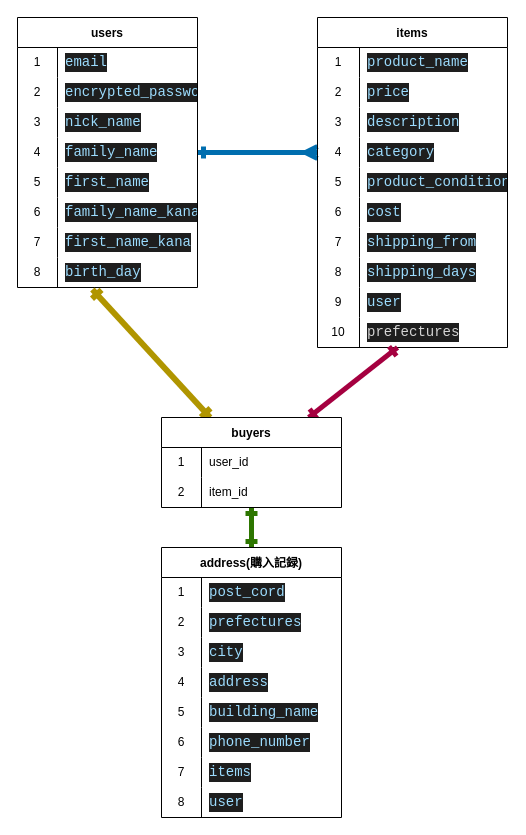
Before: frima.dio in k-zyw/furima-39194-a, a draw.io diagram. Source tidied: cells renumbered, new cells numbered last; positions are measured from the earlier drawing's top-left corner, leaving out a move shared by most shapes. Both pictures are drawn from the tidied source at 100%, with x=0, y=0 at pixel (17, 17).
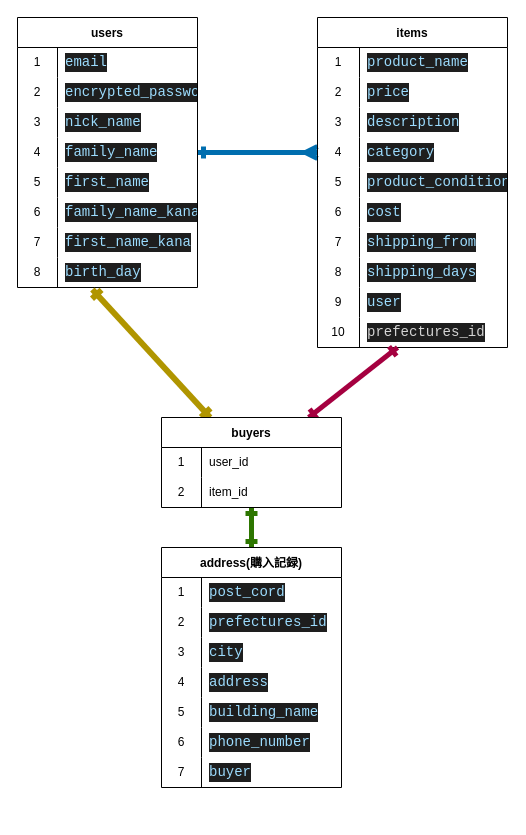
The same page after the edit.

The change refers to these unchanged cells:
```xml
<mxCell id="56" style="shape=tableRow;horizontal=0;startSize=0;swimlaneHead=0;swimlaneBody=0;top=0;left=0;bottom=0;right=0;fillColor=none;" parent="28" vertex="1">
  <mxGeometry y="300" width="190" height="30" as="geometry" />
</mxCell>
<mxCell id="64" style="shape=tableRow;horizontal=0;startSize=0;swimlaneHead=0;swimlaneBody=0;top=0;left=0;bottom=0;right=0;fillColor=none;" parent="60" vertex="1">
  <mxGeometry y="60" width="180" height="30" as="geometry" />
</mxCell>
```

The edit, as a diff of the source:
```diff
@@
-    <mxCell id="58" value="&lt;div style=&quot;color: rgb(212, 212, 212); background-color: rgb(30, 30, 30); font-family: Consolas, &amp;quot;Courier New&amp;quot;, monospace; font-size: 14px; line-height: 19px;&quot;&gt;&lt;div style=&quot;line-height: 19px;&quot;&gt;prefectures&lt;/div&gt;&lt;/div&gt;" style="shape=partialRectangle;html=1;whiteSpace=wrap;fillColor=none;top=0;left=0;bottom=0;right=0;align=left;spacingLeft=6;overflow=hidden;" parent="56" vertex="1">
+    <mxCell id="58" value="&lt;div style=&quot;color: rgb(212, 212, 212); background-color: rgb(30, 30, 30); font-family: Consolas, &amp;quot;Courier New&amp;quot;, monospace; font-size: 14px; line-height: 19px;&quot;&gt;&lt;div style=&quot;line-height: 19px;&quot;&gt;prefectures_id&lt;/div&gt;&lt;/div&gt;" style="shape=partialRectangle;html=1;whiteSpace=wrap;fillColor=none;top=0;left=0;bottom=0;right=0;align=left;spacingLeft=6;overflow=hidden;" parent="56" vertex="1">
       <mxGeometry x="42" width="148" height="30" as="geometry" />
     </mxCell>
@@
     <mxCell id="60" value="address(購入記録)" style="shape=table;startSize=30;childLayout=tableLayout;rowLines=0;fontStyle=1;" parent="1" vertex="1">
-      <mxGeometry x="144" y="530" width="180" height="270" as="geometry" />
+      <mxGeometry x="144" y="530" width="180" height="240" as="geometry" />
     </mxCell>
@@
-    <mxCell id="66" value="&lt;div style=&quot;color: rgb(212, 212, 212); background-color: rgb(30, 30, 30); font-family: Consolas, &amp;quot;Courier New&amp;quot;, monospace; font-size: 14px; line-height: 19px;&quot;&gt;&lt;span style=&quot;color: #9cdcfe;&quot;&gt;prefectures&lt;/span&gt;&lt;/div&gt;" style="shape=partialRectangle;html=1;whiteSpace=wrap;fillColor=none;top=0;left=0;bottom=0;right=0;align=left;spacingLeft=6;overflow=hidden;" parent="64" vertex="1">
+    <mxCell id="66" value="&lt;div style=&quot;color: rgb(212, 212, 212); background-color: rgb(30, 30, 30); font-family: Consolas, &amp;quot;Courier New&amp;quot;, monospace; font-size: 14px; line-height: 19px;&quot;&gt;&lt;span style=&quot;color: #9cdcfe;&quot;&gt;prefectures_id&lt;/span&gt;&lt;/div&gt;" style="shape=partialRectangle;html=1;whiteSpace=wrap;fillColor=none;top=0;left=0;bottom=0;right=0;align=left;spacingLeft=6;overflow=hidden;" parent="64" vertex="1">
       <mxGeometry x="40" width="140" height="30" as="geometry" />
     </mxCell>
@@
-    <mxCell id="79" style="shape=tableRow;horizontal=0;startSize=0;swimlaneHead=0;swimlaneBody=0;top=0;left=0;bottom=0;right=0;fillColor=none;" parent="60" vertex="1">
-      <mxGeometry y="210" width="180" height="30" as="geometry" />
-    </mxCell>
-    <mxCell id="80" value="7" style="shape=partialRectangle;html=1;whiteSpace=wrap;fillColor=none;top=0;left=0;bottom=0;right=0;overflow=hidden;" parent="79" vertex="1">
-      <mxGeometry width="40" height="30" as="geometry" />
-    </mxCell>
-    <mxCell id="81" value="&lt;div style=&quot;color: rgb(212, 212, 212); background-color: rgb(30, 30, 30); font-family: Consolas, &amp;quot;Courier New&amp;quot;, monospace; font-size: 14px; line-height: 19px;&quot;&gt;&lt;span style=&quot;color: #9cdcfe;&quot;&gt;items&lt;/span&gt;&lt;/div&gt;" style="shape=partialRectangle;html=1;whiteSpace=wrap;fillColor=none;top=0;left=0;bottom=0;right=0;align=left;spacingLeft=6;overflow=hidden;" parent="79" vertex="1">
-      <mxGeometry x="40" width="140" height="30" as="geometry" />
-    </mxCell>
     <mxCell id="82" style="shape=tableRow;horizontal=0;startSize=0;swimlaneHead=0;swimlaneBody=0;top=0;left=0;bottom=0;right=0;fillColor=none;" parent="60" vertex="1">
-      <mxGeometry y="240" width="180" height="30" as="geometry" />
+      <mxGeometry y="210" width="180" height="30" as="geometry" />
     </mxCell>
-    <mxCell id="83" value="8" style="shape=partialRectangle;html=1;whiteSpace=wrap;fillColor=none;top=0;left=0;bottom=0;right=0;overflow=hidden;" parent="82" vertex="1">
+    <mxCell id="83" value="7" style="shape=partialRectangle;html=1;whiteSpace=wrap;fillColor=none;top=0;left=0;bottom=0;right=0;overflow=hidden;" parent="82" vertex="1">
       <mxGeometry width="40" height="30" as="geometry" />
     </mxCell>
-    <mxCell id="84" value="&lt;div style=&quot;color: rgb(212, 212, 212); background-color: rgb(30, 30, 30); font-family: Consolas, &amp;quot;Courier New&amp;quot;, monospace; font-size: 14px; line-height: 19px;&quot;&gt;&lt;span style=&quot;color: #9cdcfe;&quot;&gt;user&lt;/span&gt;&lt;/div&gt;" style="shape=partialRectangle;html=1;whiteSpace=wrap;fillColor=none;top=0;left=0;bottom=0;right=0;align=left;spacingLeft=6;overflow=hidden;" parent="82" vertex="1">
+    <mxCell id="84" value="&lt;div style=&quot;color: rgb(212, 212, 212); background-color: rgb(30, 30, 30); font-family: Consolas, &amp;quot;Courier New&amp;quot;, monospace; font-size: 14px; line-height: 19px;&quot;&gt;&lt;span style=&quot;color: #9cdcfe;&quot;&gt;buyer&lt;/span&gt;&lt;/div&gt;" style="shape=partialRectangle;html=1;whiteSpace=wrap;fillColor=none;top=0;left=0;bottom=0;right=0;align=left;spacingLeft=6;overflow=hidden;" parent="82" vertex="1">
       <mxGeometry x="40" width="140" height="30" as="geometry" />
     </mxCell>
```
